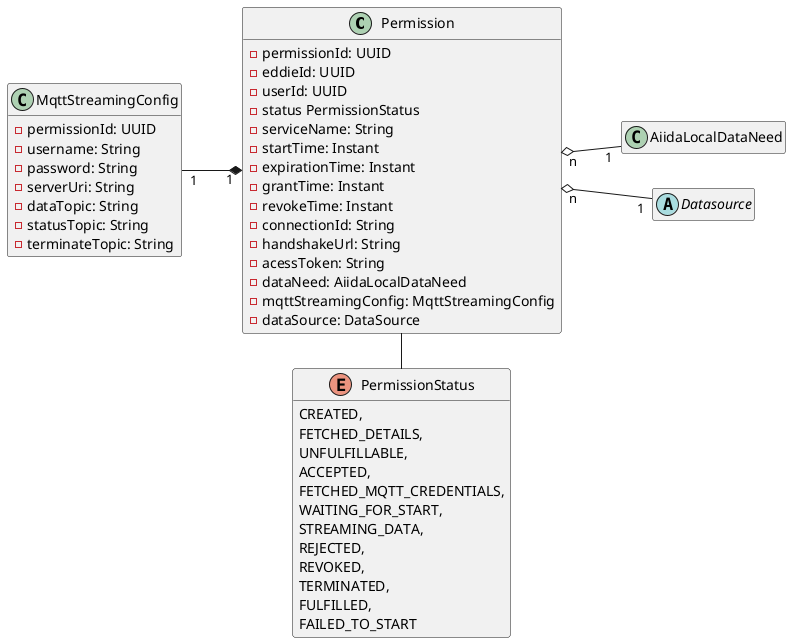
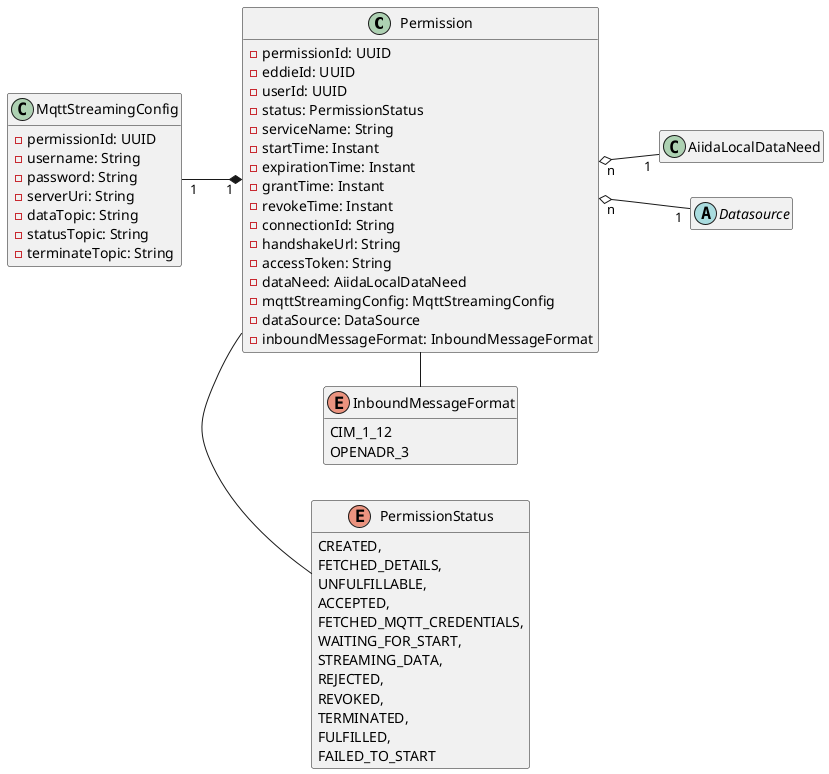
' SPDX-FileCopyrightText: 2025 The EDDIE Developers <eddie.developers@fh-hagenberg.at>
' SPDX-License-Identifier: Apache-2.0

@startuml
'https://plantuml.com/class-diagram

hide empty members
left to right direction

class Permission {
    - permissionId: UUID
    - eddieId: UUID
    - userId: UUID
-     - status PermissionStatus
+     - status: PermissionStatus
    - serviceName: String
    - startTime: Instant
    - expirationTime: Instant
    - grantTime: Instant
    - revokeTime: Instant
    - connectionId: String
    - handshakeUrl: String
-     - acessToken: String
+     - accessToken: String
    - dataNeed: AiidaLocalDataNeed
    - mqttStreamingConfig: MqttStreamingConfig
    - dataSource: DataSource
+     - inboundMessageFormat: InboundMessageFormat
}

class AiidaLocalDataNeed {
}

abstract class Datasource {}

class MqttStreamingConfig {
    - permissionId: UUID
    - username: String
    - password: String
    - serverUri: String
    - dataTopic: String
    - statusTopic: String
    - terminateTopic: String
}

enum PermissionStatus {
    CREATED,
    FETCHED_DETAILS,
    UNFULFILLABLE,
    ACCEPTED,
    FETCHED_MQTT_CREDENTIALS,
    WAITING_FOR_START,
    STREAMING_DATA,
    REJECTED,
    REVOKED,
    TERMINATED,
    FULFILLED,
    FAILED_TO_START
}

+ enum InboundMessageFormat {
+     CIM_1_12
+     OPENADR_3
+ }
+ 
Permission "n" o-- "1" AiidaLocalDataNeed
Permission - PermissionStatus
+ Permission - InboundMessageFormat
Permission "1" *-up- "1" MqttStreamingConfig
Permission "n" o-- "1" Datasource

@enduml